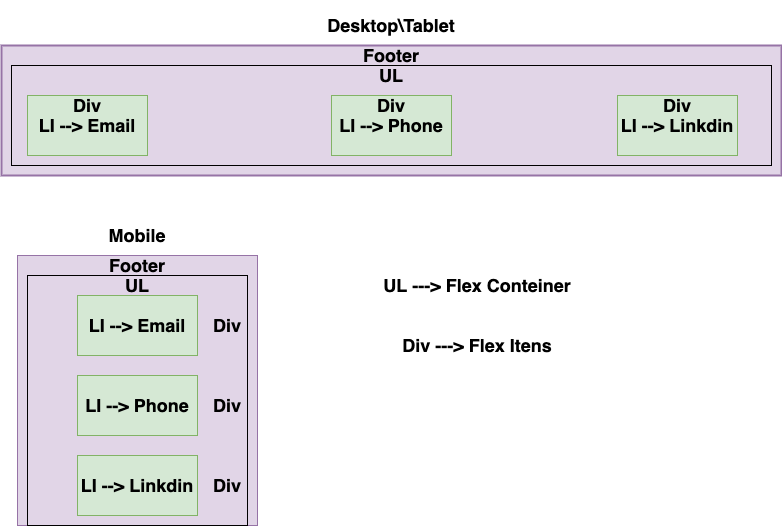
This is assets/images/readme-images/portfolio-wireframe-page-6.png from luizfroes/my-portfolio-webpage, a draw.io export, as it was before one commit. Source tidied: cells renumbered, new cells last; positions are measured from the earlier drawing's top-left corner, leaving out a move shared by most shapes. The source it was exported from:
```xml
<mxGraphModel>
  <root>
    <mxCell id="0" />
    <mxCell id="1" parent="0" />
    <mxCell id="2" style="rounded=0;whiteSpace=wrap;html=1;strokeWidth=2;fillColor=#e1d5e7;strokeColor=#9673a6;" parent="1" vertex="1">
      <mxGeometry y="40" width="780" height="130" as="geometry" />
    </mxCell>
    <mxCell id="3" value="&lt;h2&gt;Desktop\Tablet&lt;/h2&gt;" style="text;html=1;strokeColor=none;fillColor=none;align=center;verticalAlign=middle;whiteSpace=wrap;rounded=0;" parent="1" vertex="1">
      <mxGeometry x="310" width="160" height="40" as="geometry" />
    </mxCell>
    <mxCell id="4" style="rounded=0;whiteSpace=wrap;html=1;fillColor=#d5e8d4;strokeColor=#82b366;" parent="1" vertex="1">
      <mxGeometry x="330" y="90" width="120" height="60" as="geometry" />
    </mxCell>
    <mxCell id="5" style="rounded=0;whiteSpace=wrap;html=1;fillColor=#d5e8d4;strokeColor=#82b366;" parent="1" vertex="1">
      <mxGeometry x="26" y="90" width="120" height="60" as="geometry" />
    </mxCell>
    <mxCell id="6" style="rounded=0;whiteSpace=wrap;html=1;fillColor=#d5e8d4;strokeColor=#82b366;" parent="1" vertex="1">
      <mxGeometry x="616" y="90" width="120" height="60" as="geometry" />
    </mxCell>
    <mxCell id="7" value="&lt;h2&gt;Footer&lt;/h2&gt;" style="text;html=1;strokeColor=none;fillColor=none;align=center;verticalAlign=middle;whiteSpace=wrap;rounded=0;" parent="1" vertex="1">
      <mxGeometry x="310" y="30" width="160" height="40" as="geometry" />
    </mxCell>
    <mxCell id="8" value="&lt;h2&gt;LI --&amp;gt; Email&lt;/h2&gt;" style="text;html=1;strokeColor=none;fillColor=none;align=center;verticalAlign=middle;whiteSpace=wrap;rounded=0;" parent="1" vertex="1">
      <mxGeometry x="6" y="100" width="160" height="40" as="geometry" />
    </mxCell>
    <mxCell id="9" value="&lt;h2&gt;LI --&amp;gt; Phone&lt;/h2&gt;" style="text;html=1;strokeColor=none;fillColor=none;align=center;verticalAlign=middle;whiteSpace=wrap;rounded=0;" parent="1" vertex="1">
      <mxGeometry x="310" y="100" width="160" height="40" as="geometry" />
    </mxCell>
    <mxCell id="10" value="&lt;h2&gt;LI --&amp;gt; Linkdin&lt;/h2&gt;" style="text;html=1;strokeColor=none;fillColor=none;align=center;verticalAlign=middle;whiteSpace=wrap;rounded=0;" parent="1" vertex="1">
      <mxGeometry x="596" y="100" width="160" height="40" as="geometry" />
    </mxCell>
    <mxCell id="11" value="&lt;h2&gt;Mobile&lt;/h2&gt;" style="text;html=1;strokeColor=none;fillColor=none;align=center;verticalAlign=middle;whiteSpace=wrap;rounded=0;" parent="1" vertex="1">
      <mxGeometry x="56" y="210" width="160" height="40" as="geometry" />
    </mxCell>
    <mxCell id="12" style="rounded=0;whiteSpace=wrap;html=1;fillColor=#e1d5e7;strokeColor=#9673a6;" parent="1" vertex="1">
      <mxGeometry x="16" y="250" width="240" height="270" as="geometry" />
    </mxCell>
    <mxCell id="13" style="rounded=0;whiteSpace=wrap;html=1;fillColor=#d5e8d4;strokeColor=#82b366;" parent="1" vertex="1">
      <mxGeometry x="76" y="290" width="120" height="60" as="geometry" />
    </mxCell>
    <mxCell id="14" style="rounded=0;whiteSpace=wrap;html=1;fillColor=#d5e8d4;strokeColor=#82b366;" parent="1" vertex="1">
      <mxGeometry x="76" y="370" width="120" height="60" as="geometry" />
    </mxCell>
    <mxCell id="15" style="rounded=0;whiteSpace=wrap;html=1;fillColor=#d5e8d4;strokeColor=#82b366;" parent="1" vertex="1">
      <mxGeometry x="76" y="450" width="120" height="60" as="geometry" />
    </mxCell>
    <mxCell id="16" value="&lt;h2&gt;Footer&lt;/h2&gt;" style="text;html=1;strokeColor=none;fillColor=none;align=center;verticalAlign=middle;whiteSpace=wrap;rounded=0;" parent="1" vertex="1">
      <mxGeometry x="56" y="240" width="160" height="40" as="geometry" />
    </mxCell>
    <mxCell id="17" value="&lt;h2&gt;UL ---&amp;gt; Flex Conteiner&lt;/h2&gt;" style="text;html=1;strokeColor=none;fillColor=none;align=center;verticalAlign=middle;whiteSpace=wrap;rounded=0;" parent="1" vertex="1">
      <mxGeometry x="356" y="260" width="240" height="40" as="geometry" />
    </mxCell>
    <mxCell id="18" value="&lt;h2&gt;Div&lt;/h2&gt;" style="text;html=1;strokeColor=none;fillColor=none;align=center;verticalAlign=middle;whiteSpace=wrap;rounded=0;" parent="1" vertex="1">
      <mxGeometry x="146" y="300" width="160" height="40" as="geometry" />
    </mxCell>
    <mxCell id="19" value="&lt;h2&gt;Div&lt;/h2&gt;" style="text;html=1;strokeColor=none;fillColor=none;align=center;verticalAlign=middle;whiteSpace=wrap;rounded=0;" parent="1" vertex="1">
      <mxGeometry x="146" y="380" width="160" height="40" as="geometry" />
    </mxCell>
    <mxCell id="20" value="&lt;h2&gt;Div&lt;/h2&gt;" style="text;html=1;strokeColor=none;fillColor=none;align=center;verticalAlign=middle;whiteSpace=wrap;rounded=0;" parent="1" vertex="1">
      <mxGeometry x="146" y="460" width="160" height="40" as="geometry" />
    </mxCell>
    <mxCell id="21" value="&lt;h2&gt;Div ---&amp;gt; Flex Itens&lt;/h2&gt;" style="text;html=1;strokeColor=none;fillColor=none;align=center;verticalAlign=middle;whiteSpace=wrap;rounded=0;" parent="1" vertex="1">
      <mxGeometry x="356" y="320" width="240" height="40" as="geometry" />
    </mxCell>
    <mxCell id="22" style="rounded=0;whiteSpace=wrap;html=1;fillColor=none;gradientColor=none;" parent="1" vertex="1">
      <mxGeometry x="10" y="60" width="760" height="100" as="geometry" />
    </mxCell>
    <mxCell id="23" value="&lt;h2&gt;UL&lt;/h2&gt;" style="text;html=1;strokeColor=none;fillColor=none;align=center;verticalAlign=middle;whiteSpace=wrap;rounded=0;" parent="1" vertex="1">
      <mxGeometry x="310" y="50" width="160" height="40" as="geometry" />
    </mxCell>
    <mxCell id="24" style="rounded=0;whiteSpace=wrap;html=1;fillColor=none;gradientColor=none;" parent="1" vertex="1">
      <mxGeometry x="26" y="270" width="220" height="250" as="geometry" />
    </mxCell>
    <mxCell id="25" value="&lt;h2&gt;UL&lt;/h2&gt;" style="text;html=1;strokeColor=none;fillColor=none;align=center;verticalAlign=middle;whiteSpace=wrap;rounded=0;" parent="1" vertex="1">
      <mxGeometry x="56" y="260" width="160" height="40" as="geometry" />
    </mxCell>
    <mxCell id="26" value="&lt;h2&gt;LI --&amp;gt; Email&lt;/h2&gt;" style="text;html=1;strokeColor=none;fillColor=none;align=center;verticalAlign=middle;whiteSpace=wrap;rounded=0;" parent="1" vertex="1">
      <mxGeometry x="56" y="300" width="160" height="40" as="geometry" />
    </mxCell>
    <mxCell id="27" value="&lt;h2&gt;LI --&amp;gt; Phone&lt;/h2&gt;" style="text;html=1;strokeColor=none;fillColor=none;align=center;verticalAlign=middle;whiteSpace=wrap;rounded=0;" parent="1" vertex="1">
      <mxGeometry x="56" y="380" width="160" height="40" as="geometry" />
    </mxCell>
    <mxCell id="28" value="&lt;h2&gt;LI --&amp;gt; Linkdin&lt;/h2&gt;" style="text;html=1;strokeColor=none;fillColor=none;align=center;verticalAlign=middle;whiteSpace=wrap;rounded=0;" parent="1" vertex="1">
      <mxGeometry x="56" y="460" width="160" height="40" as="geometry" />
    </mxCell>
    <mxCell id="29" value="&lt;h2&gt;Div&lt;/h2&gt;" style="text;html=1;strokeColor=none;fillColor=none;align=center;verticalAlign=middle;whiteSpace=wrap;rounded=0;" parent="1" vertex="1">
      <mxGeometry x="6" y="80" width="160" height="40" as="geometry" />
    </mxCell>
    <mxCell id="30" value="&lt;h2&gt;Div&lt;/h2&gt;" style="text;html=1;strokeColor=none;fillColor=none;align=center;verticalAlign=middle;whiteSpace=wrap;rounded=0;" parent="1" vertex="1">
      <mxGeometry x="310" y="80" width="160" height="40" as="geometry" />
    </mxCell>
    <mxCell id="31" value="&lt;h2&gt;Div&lt;/h2&gt;" style="text;html=1;strokeColor=none;fillColor=none;align=center;verticalAlign=middle;whiteSpace=wrap;rounded=0;" parent="1" vertex="1">
      <mxGeometry x="596" y="80" width="160" height="40" as="geometry" />
    </mxCell>
  </root>
</mxGraphModel>
```
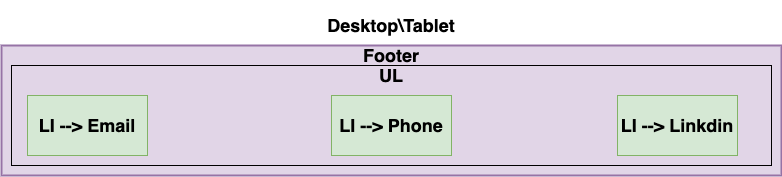
After the commit.

What changed in the source:
```diff
@@ -29,68 +29,11 @@
     <mxCell id="10" value="&lt;h2&gt;LI --&amp;gt; Linkdin&lt;/h2&gt;" style="text;html=1;strokeColor=none;fillColor=none;align=center;verticalAlign=middle;whiteSpace=wrap;rounded=0;" parent="1" vertex="1">
       <mxGeometry x="596" y="100" width="160" height="40" as="geometry" />
     </mxCell>
-    <mxCell id="11" value="&lt;h2&gt;Mobile&lt;/h2&gt;" style="text;html=1;strokeColor=none;fillColor=none;align=center;verticalAlign=middle;whiteSpace=wrap;rounded=0;" parent="1" vertex="1">
-      <mxGeometry x="56" y="210" width="160" height="40" as="geometry" />
-    </mxCell>
-    <mxCell id="12" style="rounded=0;whiteSpace=wrap;html=1;fillColor=#e1d5e7;strokeColor=#9673a6;" parent="1" vertex="1">
-      <mxGeometry x="16" y="250" width="240" height="270" as="geometry" />
-    </mxCell>
-    <mxCell id="13" style="rounded=0;whiteSpace=wrap;html=1;fillColor=#d5e8d4;strokeColor=#82b366;" parent="1" vertex="1">
-      <mxGeometry x="76" y="290" width="120" height="60" as="geometry" />
-    </mxCell>
-    <mxCell id="14" style="rounded=0;whiteSpace=wrap;html=1;fillColor=#d5e8d4;strokeColor=#82b366;" parent="1" vertex="1">
-      <mxGeometry x="76" y="370" width="120" height="60" as="geometry" />
-    </mxCell>
-    <mxCell id="15" style="rounded=0;whiteSpace=wrap;html=1;fillColor=#d5e8d4;strokeColor=#82b366;" parent="1" vertex="1">
-      <mxGeometry x="76" y="450" width="120" height="60" as="geometry" />
-    </mxCell>
-    <mxCell id="16" value="&lt;h2&gt;Footer&lt;/h2&gt;" style="text;html=1;strokeColor=none;fillColor=none;align=center;verticalAlign=middle;whiteSpace=wrap;rounded=0;" parent="1" vertex="1">
-      <mxGeometry x="56" y="240" width="160" height="40" as="geometry" />
-    </mxCell>
-    <mxCell id="17" value="&lt;h2&gt;UL ---&amp;gt; Flex Conteiner&lt;/h2&gt;" style="text;html=1;strokeColor=none;fillColor=none;align=center;verticalAlign=middle;whiteSpace=wrap;rounded=0;" parent="1" vertex="1">
-      <mxGeometry x="356" y="260" width="240" height="40" as="geometry" />
-    </mxCell>
-    <mxCell id="18" value="&lt;h2&gt;Div&lt;/h2&gt;" style="text;html=1;strokeColor=none;fillColor=none;align=center;verticalAlign=middle;whiteSpace=wrap;rounded=0;" parent="1" vertex="1">
-      <mxGeometry x="146" y="300" width="160" height="40" as="geometry" />
-    </mxCell>
-    <mxCell id="19" value="&lt;h2&gt;Div&lt;/h2&gt;" style="text;html=1;strokeColor=none;fillColor=none;align=center;verticalAlign=middle;whiteSpace=wrap;rounded=0;" parent="1" vertex="1">
-      <mxGeometry x="146" y="380" width="160" height="40" as="geometry" />
-    </mxCell>
-    <mxCell id="20" value="&lt;h2&gt;Div&lt;/h2&gt;" style="text;html=1;strokeColor=none;fillColor=none;align=center;verticalAlign=middle;whiteSpace=wrap;rounded=0;" parent="1" vertex="1">
-      <mxGeometry x="146" y="460" width="160" height="40" as="geometry" />
-    </mxCell>
-    <mxCell id="21" value="&lt;h2&gt;Div ---&amp;gt; Flex Itens&lt;/h2&gt;" style="text;html=1;strokeColor=none;fillColor=none;align=center;verticalAlign=middle;whiteSpace=wrap;rounded=0;" parent="1" vertex="1">
-      <mxGeometry x="356" y="320" width="240" height="40" as="geometry" />
-    </mxCell>
     <mxCell id="22" style="rounded=0;whiteSpace=wrap;html=1;fillColor=none;gradientColor=none;" parent="1" vertex="1">
       <mxGeometry x="10" y="60" width="760" height="100" as="geometry" />
     </mxCell>
     <mxCell id="23" value="&lt;h2&gt;UL&lt;/h2&gt;" style="text;html=1;strokeColor=none;fillColor=none;align=center;verticalAlign=middle;whiteSpace=wrap;rounded=0;" parent="1" vertex="1">
       <mxGeometry x="310" y="50" width="160" height="40" as="geometry" />
     </mxCell>
-    <mxCell id="24" style="rounded=0;whiteSpace=wrap;html=1;fillColor=none;gradientColor=none;" parent="1" vertex="1">
-      <mxGeometry x="26" y="270" width="220" height="250" as="geometry" />
-    </mxCell>
-    <mxCell id="25" value="&lt;h2&gt;UL&lt;/h2&gt;" style="text;html=1;strokeColor=none;fillColor=none;align=center;verticalAlign=middle;whiteSpace=wrap;rounded=0;" parent="1" vertex="1">
-      <mxGeometry x="56" y="260" width="160" height="40" as="geometry" />
-    </mxCell>
-    <mxCell id="26" value="&lt;h2&gt;LI --&amp;gt; Email&lt;/h2&gt;" style="text;html=1;strokeColor=none;fillColor=none;align=center;verticalAlign=middle;whiteSpace=wrap;rounded=0;" parent="1" vertex="1">
-      <mxGeometry x="56" y="300" width="160" height="40" as="geometry" />
-    </mxCell>
-    <mxCell id="27" value="&lt;h2&gt;LI --&amp;gt; Phone&lt;/h2&gt;" style="text;html=1;strokeColor=none;fillColor=none;align=center;verticalAlign=middle;whiteSpace=wrap;rounded=0;" parent="1" vertex="1">
-      <mxGeometry x="56" y="380" width="160" height="40" as="geometry" />
-    </mxCell>
-    <mxCell id="28" value="&lt;h2&gt;LI --&amp;gt; Linkdin&lt;/h2&gt;" style="text;html=1;strokeColor=none;fillColor=none;align=center;verticalAlign=middle;whiteSpace=wrap;rounded=0;" parent="1" vertex="1">
-      <mxGeometry x="56" y="460" width="160" height="40" as="geometry" />
-    </mxCell>
-    <mxCell id="29" value="&lt;h2&gt;Div&lt;/h2&gt;" style="text;html=1;strokeColor=none;fillColor=none;align=center;verticalAlign=middle;whiteSpace=wrap;rounded=0;" parent="1" vertex="1">
-      <mxGeometry x="6" y="80" width="160" height="40" as="geometry" />
-    </mxCell>
-    <mxCell id="30" value="&lt;h2&gt;Div&lt;/h2&gt;" style="text;html=1;strokeColor=none;fillColor=none;align=center;verticalAlign=middle;whiteSpace=wrap;rounded=0;" parent="1" vertex="1">
-      <mxGeometry x="310" y="80" width="160" height="40" as="geometry" />
-    </mxCell>
-    <mxCell id="31" value="&lt;h2&gt;Div&lt;/h2&gt;" style="text;html=1;strokeColor=none;fillColor=none;align=center;verticalAlign=middle;whiteSpace=wrap;rounded=0;" parent="1" vertex="1">
-      <mxGeometry x="596" y="80" width="160" height="40" as="geometry" />
-    </mxCell>
   </root>
 </mxGraphModel>
```
